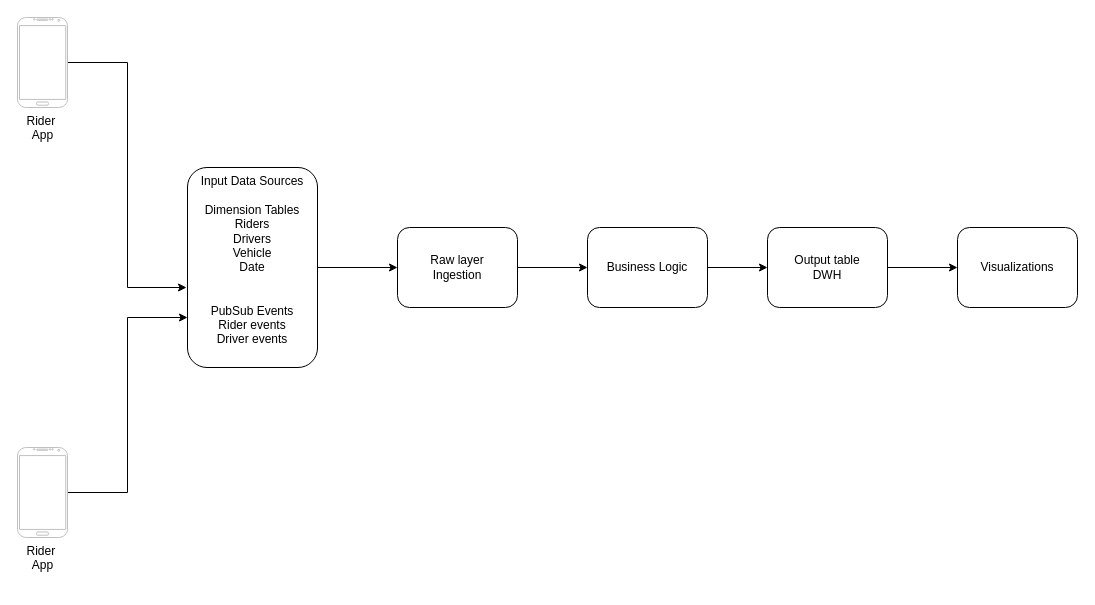
This is Sahaj/SampleSystemDesign.drawio from harshaldharme/ProjectSpaces, a draw.io file, before an edit. Source tidied: cells renumbered, new cells numbered last; positions are measured from the earlier drawing's top-left corner, leaving out a move shared by most shapes. Both pictures are drawn from the tidied source at 100%, with x=0, y=0 at pixel (17, 17).
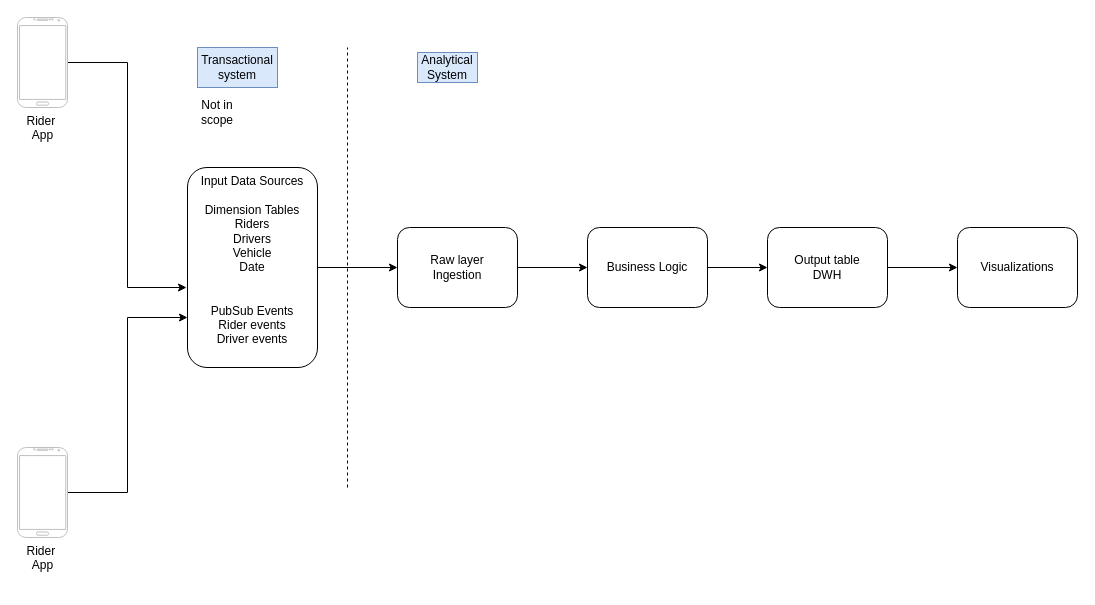
Above is the later version.

The edit, as a diff of the source:
```diff
@@
+    <mxCell id="15" style="endArrow=none;html=1;rounded=0;dashed=1;" parent="1" edge="1">
+      <mxGeometry relative="1" as="geometry">
+        <mxPoint x="330" y="470" as="sourcePoint" />
+        <mxPoint x="330" y="30" as="targetPoint" />
+      </mxGeometry>
+    </mxCell>
+    <mxCell id="16" value="Not in scope" style="text;html=1;whiteSpace=wrap;strokeColor=none;fillColor=none;align=center;verticalAlign=middle;rounded=0;" parent="1" vertex="1">
+      <mxGeometry x="170" y="80" width="60" height="30" as="geometry" />
+    </mxCell>
+    <mxCell id="17" value="Analytical System" style="text;html=1;whiteSpace=wrap;strokeColor=#6c8ebf;fillColor=#dae8fc;align=center;verticalAlign=middle;rounded=0;" parent="1" vertex="1">
+      <mxGeometry x="400" y="35" width="60" height="30" as="geometry" />
+    </mxCell>
+    <mxCell id="18" value="Transactional&lt;div&gt;system&lt;/div&gt;" style="text;html=1;whiteSpace=wrap;strokeColor=#6c8ebf;fillColor=#dae8fc;align=center;verticalAlign=middle;rounded=0;" parent="1" vertex="1">
+      <mxGeometry x="180" y="30" width="80" height="40" as="geometry" />
+    </mxCell>
```
